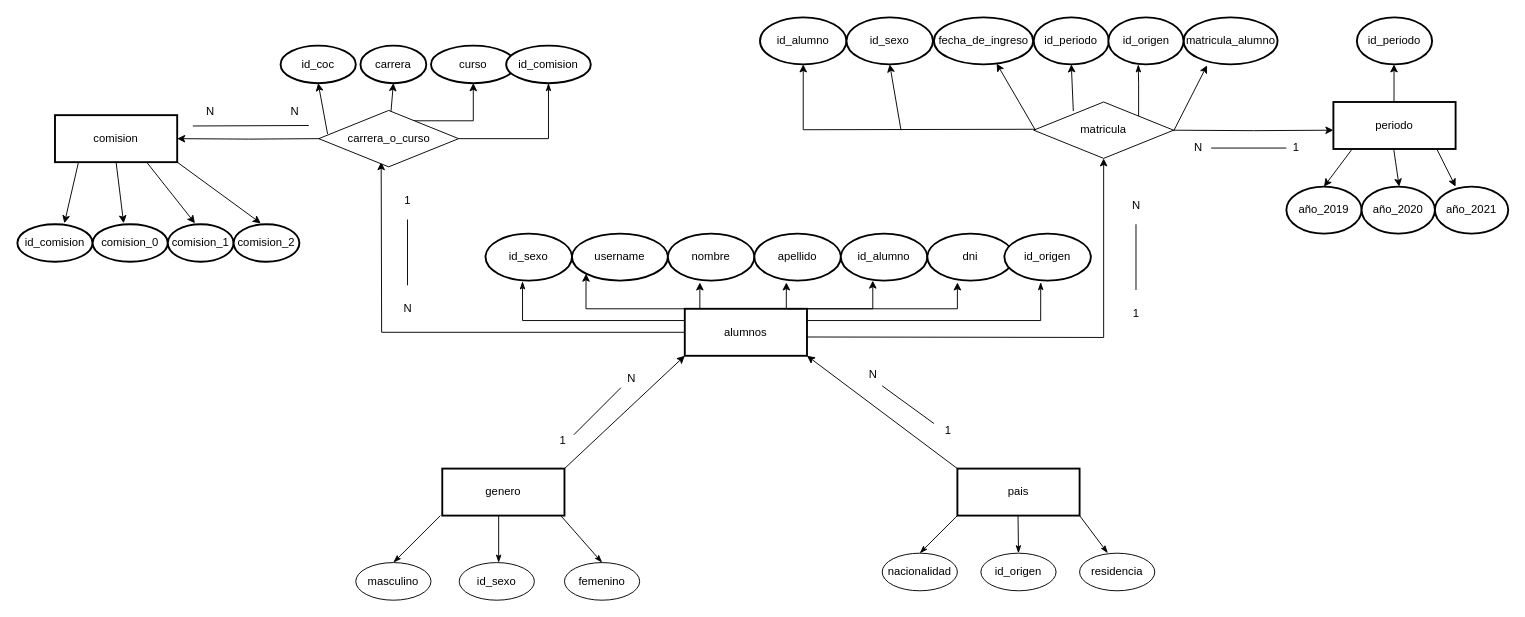
Above: Diagrama sin título.drawio in arcv1337/arcv1337 (draw.io), before the change. Source tidied: cells renumbered, new cells numbered last; positions are measured from the earlier drawing's top-left corner, leaving out a move shared by most shapes. Both pictures are drawn from the tidied source at 94%, with x=0, y=0 at pixel (17, 17).
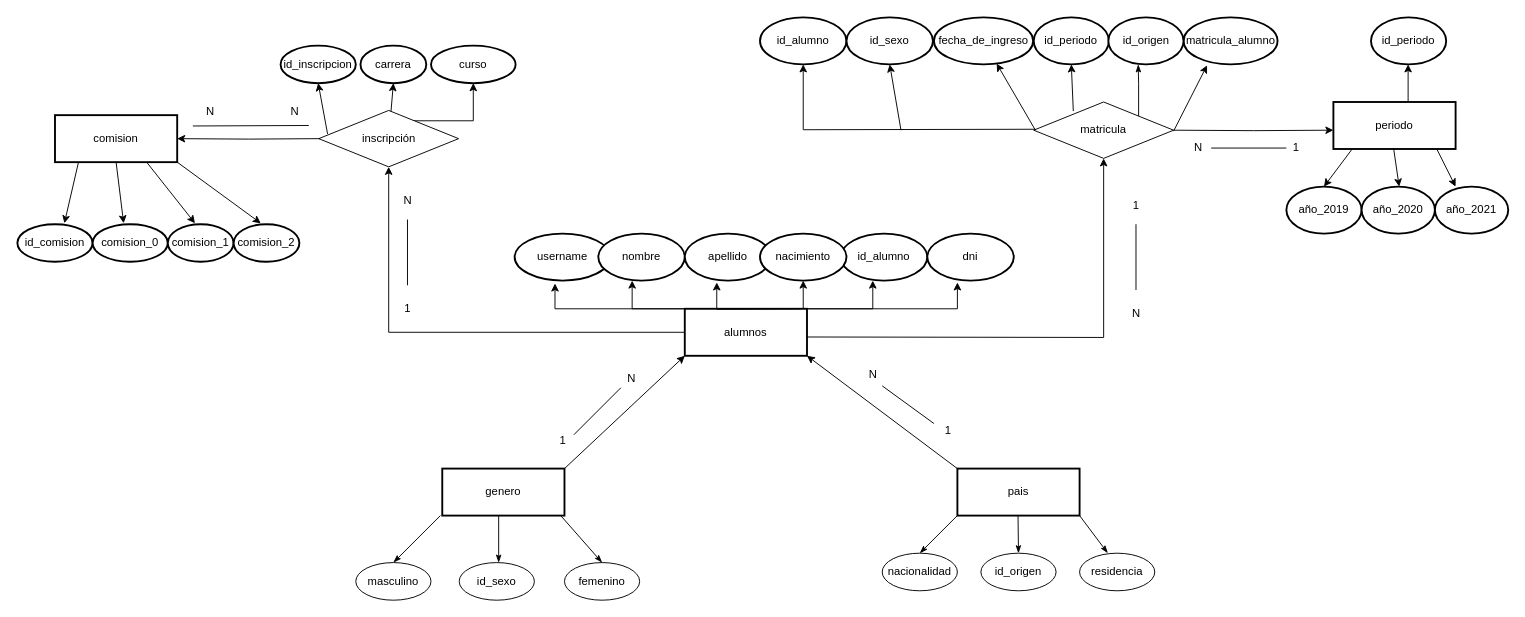
The same page after the edit.

The change refers to these unchanged cells:
```xml
<mxCell id="13" value="alumnos" style="rounded=0;whiteSpace=wrap;html=1;strokeWidth=2;" parent="1" vertex="1">
  <mxGeometry x="710" y="310" width="130" height="50" as="geometry" />
</mxCell>
```

The edit, as a diff of the source:
```diff
@@
-    <mxCell id="5" style="edgeStyle=orthogonalEdgeStyle;rounded=0;jettySize=auto;html=1;exitX=0;exitY=0;exitDx=0;exitDy=0;entryX=0;entryY=1;entryDx=0;entryDy=0;" parent="1" edge="1" source="13" target="14">
-      <mxGeometry relative="1" as="geometry">
-        <Array as="points">
-          <mxPoint x="605" y="310" />
-        </Array>
-      </mxGeometry>
-    </mxCell>
-    <mxCell id="6" style="edgeStyle=orthogonalEdgeStyle;rounded=0;jettySize=auto;html=1;exitX=0.25;exitY=0;exitDx=0;exitDy=0;entryX=0.37;entryY=1.04;entryDx=0;entryDy=0;entryPerimeter=0;" parent="1" edge="1" source="13" target="15">
-      <mxGeometry relative="1" as="geometry" />
+    <mxCell id="6" style="edgeStyle=orthogonalEdgeStyle;rounded=0;jettySize=auto;html=1;exitX=0.25;exitY=0;exitDx=0;exitDy=0;" parent="1" edge="1" source="13">
+      <mxGeometry relative="1" as="geometry">
+        <mxPoint x="654" y="280" as="targetPoint" />
+        <Array as="points">
+          <mxPoint x="654" y="310" />
+        </Array>
+      </mxGeometry>
     </mxCell>
@@
-    <mxCell id="10" style="edgeStyle=orthogonalEdgeStyle;rounded=0;jettySize=auto;html=1;" parent="1" edge="1" source="13">
-      <mxGeometry relative="1" as="geometry">
-        <mxPoint x="387" y="154" as="targetPoint" />
-      </mxGeometry>
+    <mxCell id="10" style="edgeStyle=orthogonalEdgeStyle;rounded=0;jettySize=auto;html=1;entryX=0.5;entryY=1;entryDx=0;entryDy=0;" parent="1" edge="1" source="13" target="72">
+      <mxGeometry relative="1" as="geometry" />
     </mxCell>
-    <mxCell id="11" style="edgeStyle=orthogonalEdgeStyle;rounded=0;jettySize=auto;html=1;exitX=0;exitY=0.25;exitDx=0;exitDy=0;fontSize=12;startArrow=none;startFill=0;endArrow=classicThin;endFill=1;entryX=0.428;entryY=1.017;entryDx=0;entryDy=0;entryPerimeter=0;" parent="1" edge="1" source="13" target="85">
-      <mxGeometry relative="1" as="geometry" />
-    </mxCell>
-    <mxCell id="12" style="edgeStyle=orthogonalEdgeStyle;rounded=0;jettySize=auto;html=1;exitX=1;exitY=0.25;exitDx=0;exitDy=0;fontSize=12;startArrow=none;startFill=0;endArrow=classicThin;endFill=1;entryX=0.42;entryY=1.035;entryDx=0;entryDy=0;entryPerimeter=0;" parent="1" edge="1" source="13" target="84">
-      <mxGeometry relative="1" as="geometry" />
-    </mxCell>
+    <mxCell id="95" style="edgeStyle=orthogonalEdgeStyle;rounded=0;jettySize=auto;html=1;exitX=1;exitY=0;exitDx=0;exitDy=0;entryX=0.5;entryY=1;entryDx=0;entryDy=0;" parent="1" edge="1" source="13" target="96">
+      <mxGeometry relative="1" as="geometry" />
+    </mxCell>
+    <mxCell id="5" style="edgeStyle=orthogonalEdgeStyle;rounded=0;jettySize=auto;html=1;exitX=0;exitY=0;exitDx=0;exitDy=0;entryX=0.421;entryY=1.062;entryDx=0;entryDy=0;entryPerimeter=0;" parent="1" edge="1" source="13" target="14">
+      <mxGeometry relative="1" as="geometry">
+        <Array as="points">
+          <mxPoint x="572" y="310" />
+        </Array>
+      </mxGeometry>
+    </mxCell>
@@
     <mxCell id="14" value="username" style="ellipse;whiteSpace=wrap;html=1;strokeWidth=2;" parent="1" vertex="1">
-      <mxGeometry x="590" y="230" width="102" height="50" as="geometry" />
+      <mxGeometry x="529" y="230" width="102" height="50" as="geometry" />
     </mxCell>
     <mxCell id="15" value="nombre" style="ellipse;whiteSpace=wrap;html=1;strokeWidth=2;" parent="1" vertex="1">
-      <mxGeometry x="692" y="230" width="92" height="50" as="geometry" />
+      <mxGeometry x="618" y="230" width="92" height="50" as="geometry" />
     </mxCell>
-    <mxCell id="16" style="edgeStyle=orthogonalEdgeStyle;rounded=0;jettySize=auto;html=1;exitX=0.25;exitY=0;exitDx=0;exitDy=0;entryX=0.37;entryY=1.04;entryDx=0;entryDy=0;entryPerimeter=0;" parent="1" edge="1" target="17">
+    <mxCell id="16" style="edgeStyle=orthogonalEdgeStyle;rounded=0;jettySize=auto;html=1;entryX=0.37;entryY=1.04;entryDx=0;entryDy=0;entryPerimeter=0;" parent="1" edge="1" target="17">
       <mxGeometry relative="1" as="geometry">
-        <mxPoint x="834.5" y="310" as="sourcePoint" />
+        <mxPoint x="834" y="310" as="sourcePoint" />
       </mxGeometry>
     </mxCell>
     <mxCell id="17" value="apellido" style="ellipse;whiteSpace=wrap;html=1;strokeWidth=2;" parent="1" vertex="1">
-      <mxGeometry x="784" y="230" width="92" height="50" as="geometry" />
+      <mxGeometry x="710" y="230" width="92" height="50" as="geometry" />
     </mxCell>
@@
-    <mxCell id="47" value="N" style="text;html=1;align=center;verticalAlign=middle;strokeColor=none;fillColor=none;" parent="1" vertex="1">
+    <mxCell id="47" value="1" style="text;html=1;align=center;verticalAlign=middle;strokeColor=none;fillColor=none;" parent="1" vertex="1">
       <mxGeometry x="1175" y="185" width="30" height="30" as="geometry" />
     </mxCell>
-    <mxCell id="48" value="1" style="text;html=1;align=center;verticalAlign=middle;strokeColor=none;fillColor=none;" parent="1" vertex="1">
+    <mxCell id="48" value="N" style="text;html=1;align=center;verticalAlign=middle;strokeColor=none;fillColor=none;" parent="1" vertex="1">
       <mxGeometry x="1175" y="300" width="30" height="30" as="geometry" />
     </mxCell>
@@
     <mxCell id="56" style="endArrow=classic;html=1;rounded=0;endFill=1;" parent="1" edge="1">
       <mxGeometry relative="1" as="geometry">
-        <mxPoint x="1464.5" y="90" as="sourcePoint" />
-        <mxPoint x="1464.5" y="50" as="targetPoint" />
+        <mxPoint x="1479.5" y="90" as="sourcePoint" />
+        <mxPoint x="1479.5" y="50" as="targetPoint" />
       </mxGeometry>
     </mxCell>
     <mxCell id="57" value="id_periodo" style="ellipse;whiteSpace=wrap;html=1;strokeWidth=2;" parent="1" vertex="1">
-      <mxGeometry x="1425" width="80" height="50" as="geometry" />
+      <mxGeometry x="1440" width="80" height="50" as="geometry" />
     </mxCell>
@@
-    <mxCell id="67" value="id_coc" style="ellipse;whiteSpace=wrap;html=1;strokeWidth=2;" parent="1" vertex="1">
+    <mxCell id="67" value="id_inscripcion" style="ellipse;whiteSpace=wrap;html=1;strokeWidth=2;" parent="1" vertex="1">
       <mxGeometry x="280" y="30" width="80" height="40" as="geometry" />
     </mxCell>
@@
-    <mxCell id="71" style="edgeStyle=orthogonalEdgeStyle;rounded=0;jettySize=auto;html=1;fontSize=12;startArrow=none;startFill=0;endArrow=classicThin;endFill=1;entryX=0.5;entryY=1;entryDx=0;entryDy=0;" parent="1" edge="1" source="72" target="83">
-      <mxGeometry relative="1" as="geometry" />
-    </mxCell>
-    <mxCell id="72" value="carrera_o_curso" style="rhombus;whiteSpace=wrap;html=1;" parent="1" vertex="1">
+    <mxCell id="72" value="inscripción" style="rhombus;whiteSpace=wrap;html=1;" parent="1" vertex="1">
       <mxGeometry x="320.6" y="99" width="148.8" height="60" as="geometry" />
     </mxCell>
@@
-    <mxCell id="83" value="id_comision" style="ellipse;whiteSpace=wrap;html=1;strokeWidth=2;" parent="1" vertex="1">
-      <mxGeometry x="520" y="30" width="90" height="40" as="geometry" />
-    </mxCell>
-    <mxCell id="84" value="id_origen" style="ellipse;whiteSpace=wrap;html=1;strokeWidth=2;" parent="1" vertex="1">
-      <mxGeometry x="1050" y="230" width="92" height="50" as="geometry" />
-    </mxCell>
-    <mxCell id="85" value="id_sexo" style="ellipse;whiteSpace=wrap;html=1;strokeWidth=2;" parent="1" vertex="1">
-      <mxGeometry x="498" y="230" width="92" height="50" as="geometry" />
-    </mxCell>
@@
-    <mxCell id="90" value="1" style="text;html=1;align=center;verticalAlign=middle;strokeColor=none;fillColor=none;" parent="1" vertex="1">
+    <mxCell id="90" value="N" style="text;html=1;align=center;verticalAlign=middle;strokeColor=none;fillColor=none;" parent="1" vertex="1">
       <mxGeometry x="400" y="180" width="30" height="30" as="geometry" />
     </mxCell>
-    <mxCell id="91" value="N" style="text;html=1;align=center;verticalAlign=middle;strokeColor=none;fillColor=none;" parent="1" vertex="1">
+    <mxCell id="91" value="1" style="text;html=1;align=center;verticalAlign=middle;strokeColor=none;fillColor=none;" parent="1" vertex="1">
       <mxGeometry x="400" y="295" width="30" height="30" as="geometry" />
     </mxCell>
@@
+    <mxCell id="96" value="nacimiento" style="ellipse;whiteSpace=wrap;html=1;strokeWidth=2;" parent="1" vertex="1">
+      <mxGeometry x="790" y="230" width="92" height="50" as="geometry" />
+    </mxCell>
```
